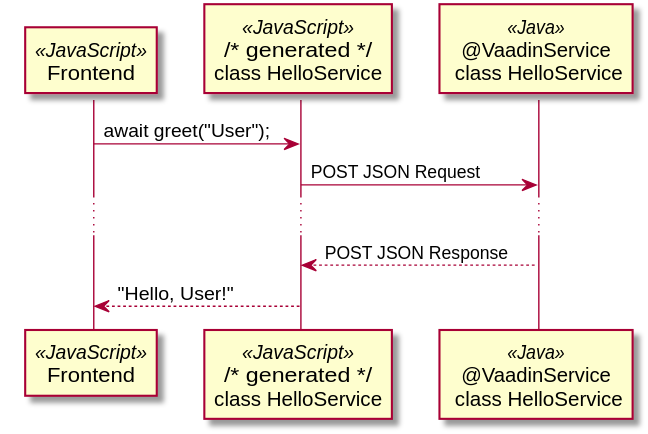
Before: doc/simplified-rpc-sequence.svg, a diagram exported from PlantUML (vaadin/vaadin-connect). The source it was exported from:
```plantuml
@startuml
skinparam ParticipantPadding 10

participant "Frontend" << JavaScript >>
participant "/* generated */\nclass HelloService" as jsService << JavaScript >>
participant "@VaadinService\n class HelloService" as javaService << Java >>

Frontend -> jsService: await greet("User");
jsService -> javaService: POST JSON Request
...
jsService <-- javaService: POST JSON Response
Frontend <-- jsService: "Hello, User!"
@enduml
```
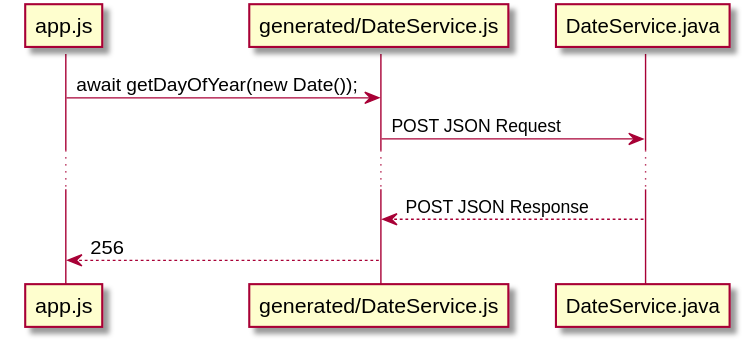
The same diagram one commit later.

Diff of the diagram source:
```diff
@@ -1,13 +1,13 @@
 @startuml
 skinparam ParticipantPadding 10
 
-participant "Frontend" << JavaScript >>
-participant "/* generated */\nclass HelloService" as jsService << JavaScript >>
-participant "@VaadinService\n class HelloService" as javaService << Java >>
+participant "app.js" as Frontend
+participant "generated/DateService.js" as jsService
+participant "DateService.java" as javaService
 
-Frontend -> jsService: await greet("User");
+Frontend -> jsService: await getDayOfYear(new Date());
 jsService -> javaService: POST JSON Request
 ...
 jsService <-- javaService: POST JSON Response
-Frontend <-- jsService: "Hello, User!"
+Frontend <-- jsService: 256
 @enduml
```
